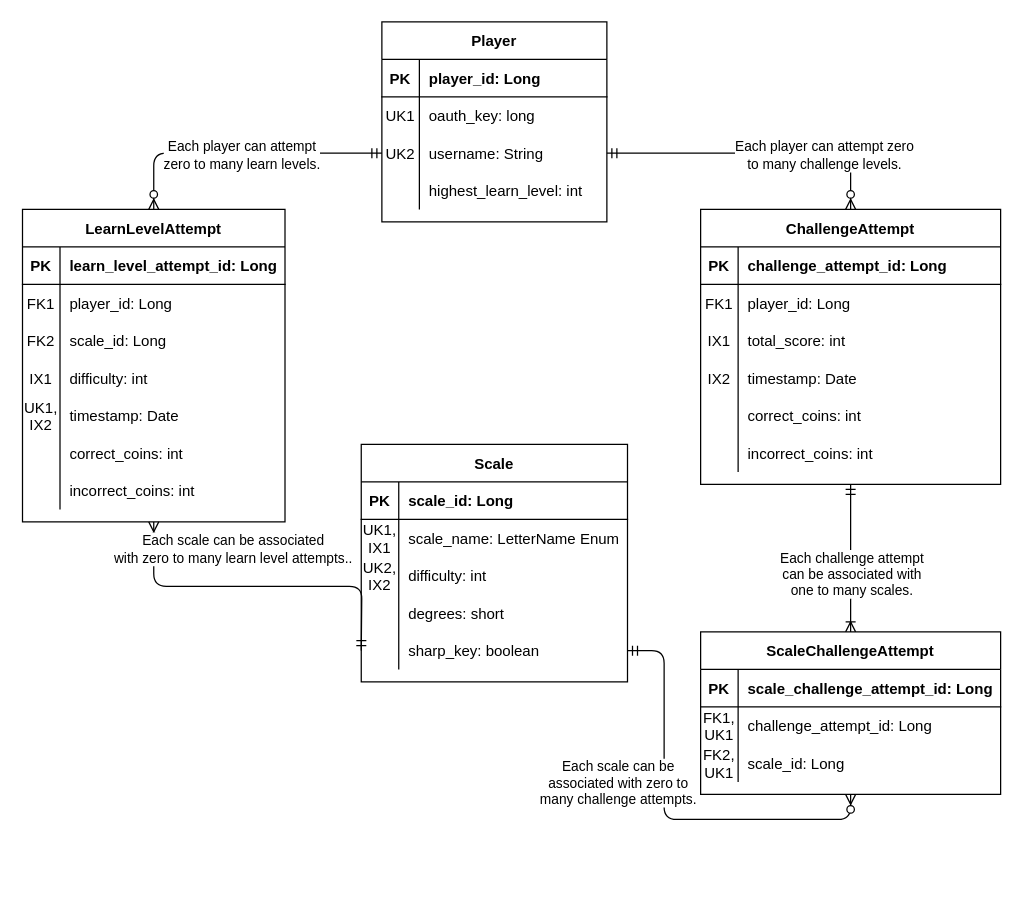
Above: docs/work/erd.drawio in lsteiner9/ScaleScroller (draw.io), before the change. Source tidied: cells renumbered, new cells numbered last; positions are measured from the earlier drawing's top-left corner, leaving out a move shared by most shapes. Both pictures are drawn from the tidied source at 125%, with x=0, y=0 at pixel (21, 21).
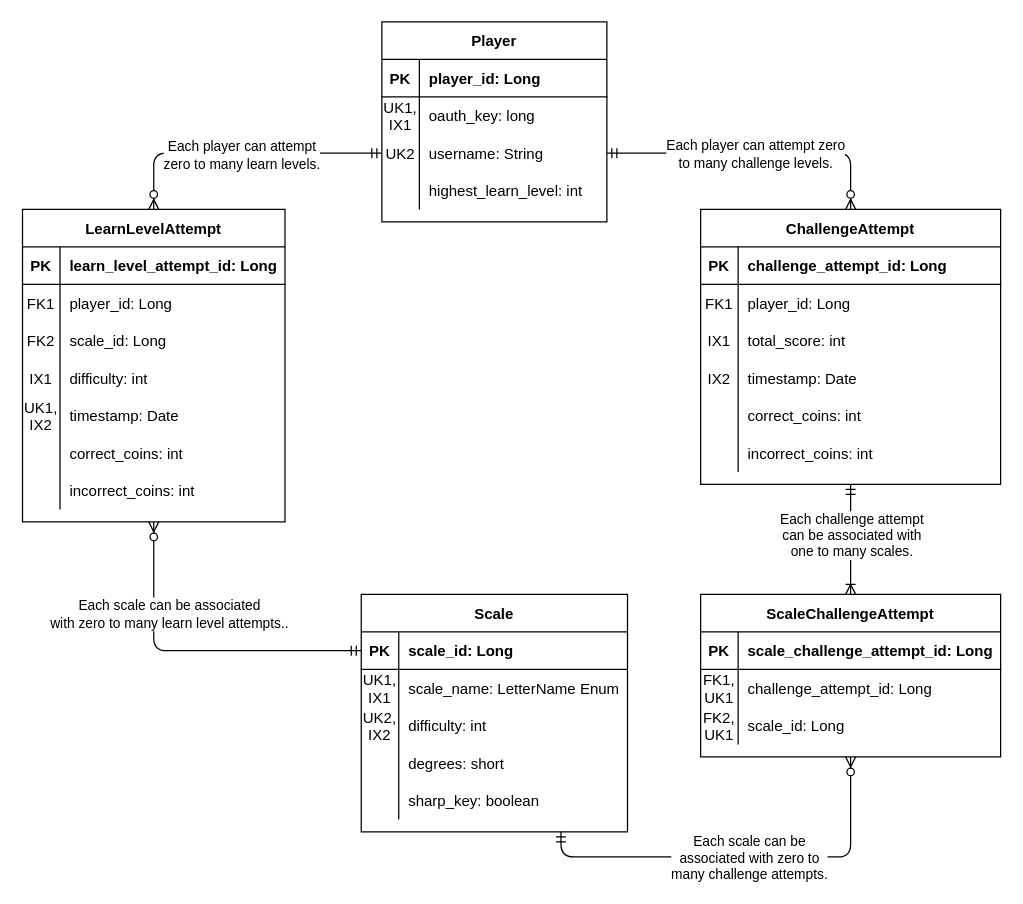
The same diagram, later.

The change refers to these unchanged cells:
```xml
<mxCell id="4" style="edgeStyle=orthogonalEdgeStyle;rounded=1;jettySize=auto;html=1;startArrow=ERoneToMany;startFill=0;endArrow=ERmandOne;endFill=0;entryX=0.5;entryY=1;entryDx=0;entryDy=0;exitX=0.5;exitY=0;exitDx=0;exitDy=0;" parent="1" edge="1" source="8" target="73">
  <mxGeometry relative="1" as="geometry" />
</mxCell>
<mxCell id="20" style="edgeStyle=orthogonalEdgeStyle;jettySize=auto;html=1;exitX=1;exitY=0.5;exitDx=0;exitDy=0;entryX=0.5;entryY=0;entryDx=0;entryDy=0;startArrow=ERmandOne;startFill=0;endArrow=ERzeroToMany;endFill=1;" parent="1" edge="1" source="67" target="73">
  <mxGeometry relative="1" as="geometry" />
</mxCell>
<mxCell id="35" style="shape=partialRectangle;fillColor=none;top=0;left=0;bottom=0;right=0;points=[[0,0.5],[1,0.5]];portConstraint=eastwest;" parent="22" vertex="1">
  <mxGeometry y="150" width="213" height="30" as="geometry" />
</mxCell>
<mxCell id="38" value="LearnLevelAttempt" style="shape=table;startSize=30;childLayout=tableLayout;rowLines=0;fontStyle=1;align=center;" parent="1" vertex="1">
  <mxGeometry x="0.5" y="150" width="210" height="250" as="geometry" />
</mxCell>
<mxCell id="64" style="shape=partialRectangle;fillColor=none;top=0;left=0;bottom=0;right=0;" parent="60" vertex="1">
  <mxGeometry y="60" width="180" height="30" as="geometry" />
</mxCell>
```

What changed in the source:
```diff
@@
     <mxCell id="2" style="edgeStyle=orthogonalEdgeStyle;jettySize=auto;html=1;endArrow=ERmandOne;endFill=0;startArrow=ERzeroToMany;startFill=1;exitX=0.5;exitY=1;exitDx=0;exitDy=0;entryX=0;entryY=0.5;entryDx=0;entryDy=0;rounded=1;" parent="1" edge="1" source="38">
       <mxGeometry relative="1" as="geometry">
         <mxPoint x="271.5" y="503" as="targetPoint" />
+        <Array as="points">
+          <mxPoint x="106" y="503" />
+        </Array>
       </mxGeometry>
     </mxCell>
@@
     <mxCell id="5" value="Each challenge attempt&lt;br&gt;can be associated with &lt;br&gt;one to many scales." style="edgeLabel;html=1;align=center;verticalAlign=middle;" parent="4" vertex="1">
-      <mxGeometry x="-0.2" relative="1" as="geometry" />
+      <mxGeometry x="-0.2" relative="1" as="geometry">
+        <mxPoint y="-13" as="offset" />
+      </mxGeometry>
     </mxCell>
@@
     <mxCell id="8" value="ScaleChallengeAttempt" style="shape=table;startSize=30;childLayout=tableLayout;rowLines=0;fontStyle=1;align=center;" parent="1" vertex="1">
-      <mxGeometry x="543" y="488" width="240" height="130" as="geometry" />
+      <mxGeometry x="543" y="458" width="240" height="130" as="geometry" />
     </mxCell>
@@
-    <mxCell id="18" style="jettySize=auto;html=1;exitX=1;exitY=0.5;exitDx=0;exitDy=0;entryX=0.5;entryY=1;entryDx=0;entryDy=0;startArrow=ERmandOne;startFill=0;endArrow=ERzeroToMany;endFill=1;edgeStyle=orthogonalEdgeStyle;" parent="1" edge="1" source="35" target="8">
+    <mxCell id="18" style="jettySize=auto;html=1;exitX=0.75;exitY=1;exitDx=0;exitDy=0;entryX=0.5;entryY=1;entryDx=0;entryDy=0;startArrow=ERmandOne;startFill=0;endArrow=ERzeroToMany;endFill=1;edgeStyle=orthogonalEdgeStyle;" parent="1" edge="1" source="22" target="8">
       <mxGeometry relative="1" as="geometry" />
     </mxCell>
     <mxCell id="19" value="Each scale can be &lt;br&gt;associated with zero to &lt;br&gt;many challenge attempts." style="edgeLabel;html=1;align=center;verticalAlign=middle;" parent="18" vertex="1">
       <mxGeometry x="0.17" y="30" relative="1" as="geometry">
-        <mxPoint x="-68.5" as="offset" />
+        <mxPoint x="-23.5" y="30" as="offset" />
       </mxGeometry>
     </mxCell>
@@
     <mxCell id="21" value="Each player can attempt zero&lt;br&gt;to many challenge levels." style="edgeLabel;html=1;align=center;verticalAlign=middle;" parent="20" vertex="1">
-      <mxGeometry x="0.44" y="-1" relative="1" as="geometry" />
+      <mxGeometry x="0.44" y="-1" relative="1" as="geometry">
+        <mxPoint x="-55" y="-1" as="offset" />
+      </mxGeometry>
     </mxCell>
     <mxCell id="22" value="Scale" style="shape=table;startSize=30;childLayout=tableLayout;rowLines=0;fontStyle=1;align=center;" parent="1" vertex="1">
-      <mxGeometry x="271.5" y="338" width="213" height="190" as="geometry" />
+      <mxGeometry x="271.5" y="458" width="213" height="190" as="geometry" />
     </mxCell>
@@
-    <mxCell id="65" value="UK1" style="shape=partialRectangle;fillColor=none;top=0;left=0;bottom=0;right=0;overflow=hidden;" parent="64" vertex="1">
+    <mxCell id="65" value="UK1,&#10;IX1" style="shape=partialRectangle;fillColor=none;top=0;left=0;bottom=0;right=0;overflow=hidden;" parent="64" vertex="1">
       <mxGeometry width="30" height="30" as="geometry" />
     </mxCell>
```
